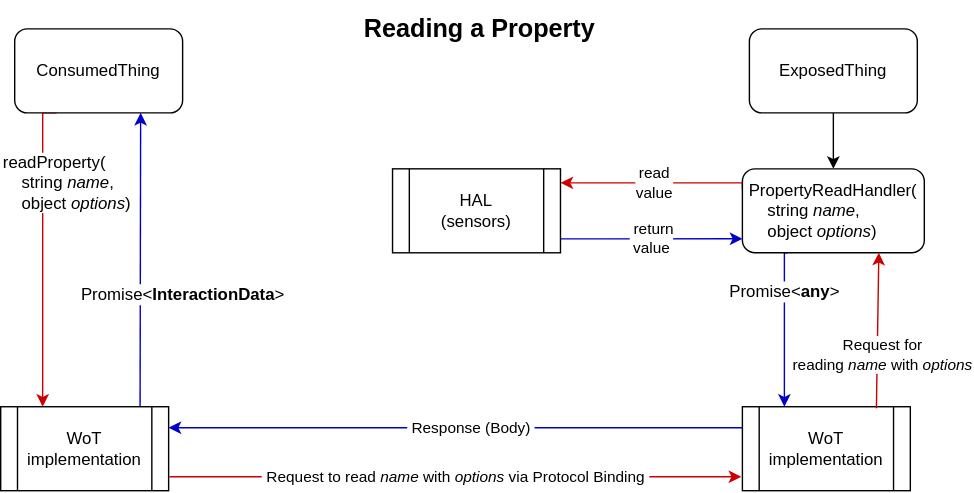
Before: images/scripting-read-data.svg, a diagram exported from draw.io (w3c/wot-scripting-api). Source tidied: cells renumbered, new cells last; positions are measured from the earlier drawing's top-left corner, leaving out a move shared by most shapes.
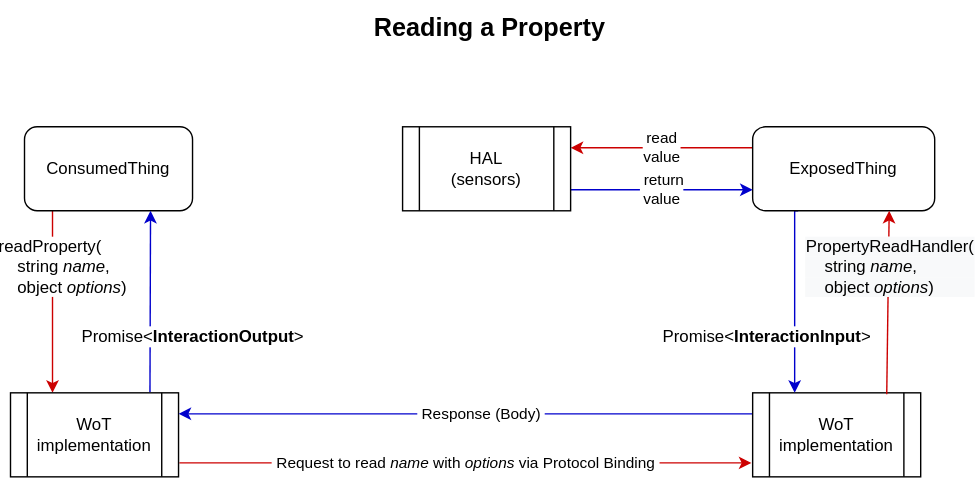
After the commit.

Commit message:
Introduce the InteractionInput type and InteractionOutput interface

What changed in the source:
```diff
@@ -2,15 +2,16 @@
   <root>
     <mxCell id="0" />
     <mxCell id="1" parent="0" />
-    <mxCell id="2" value="&lt;font style=&quot;font-size: 12px&quot;&gt;readProperty(&lt;br&gt;&amp;nbsp; &amp;nbsp; string &lt;i&gt;name&lt;/i&gt;,&lt;br&gt;&amp;nbsp; &amp;nbsp; object &lt;i&gt;options&lt;/i&gt;)&lt;/font&gt;" style="edgeStyle=orthogonalEdgeStyle;rounded=0;jettySize=auto;html=1;exitX=0.25;exitY=1;exitDx=0;exitDy=0;strokeColor=#CC0000;entryX=0.25;entryY=0;entryDx=0;entryDy=0;align=left;" parent="1" edge="1" source="3" target="5">
-      <mxGeometry x="-0.45" y="-30" relative="1" as="geometry">
+    <mxCell id="2" value="&lt;font style=&quot;font-size: 12px&quot;&gt;readProperty(&lt;br&gt;&amp;nbsp; &amp;nbsp; string &lt;i&gt;name&lt;/i&gt;,&lt;br&gt;&amp;nbsp; &amp;nbsp; object &lt;i&gt;options&lt;/i&gt;)&lt;/font&gt;" style="edgeStyle=orthogonalEdgeStyle;rounded=0;jettySize=auto;html=1;strokeColor=#CC0000;entryX=0.25;entryY=0;entryDx=0;entryDy=0;align=left;" parent="1" edge="1" target="5">
+      <mxGeometry x="-0.38" y="-40" relative="1" as="geometry">
+        <mxPoint x="30" y="160" as="sourcePoint" />
         <Array as="points">
-          <mxPoint x="30" y="80" />
+          <mxPoint x="30" y="160" />
         </Array>
       </mxGeometry>
     </mxCell>
     <mxCell id="3" value="ConsumedThing" style="rounded=1;whiteSpace=wrap;html=1;" parent="1" vertex="1">
-      <mxGeometry x="10" y="20" width="120" height="60" as="geometry" />
+      <mxGeometry x="10" y="100" width="120" height="60" as="geometry" />
     </mxCell>
     <mxCell id="4" value="&amp;nbsp;Request to read &lt;i&gt;name&lt;/i&gt; with &lt;i&gt;options&lt;/i&gt; via Protocol Binding&amp;nbsp;" style="edgeStyle=orthogonalEdgeStyle;rounded=0;jettySize=auto;html=1;exitX=1.005;exitY=0.834;exitDx=0;exitDy=0;entryX=-0.007;entryY=0.834;entryDx=0;entryDy=0;strokeColor=#CC0000;exitPerimeter=0;entryPerimeter=0;" parent="1" edge="1" source="5" target="9">
       <mxGeometry relative="1" as="geometry" />
@@ -18,12 +19,6 @@
     <mxCell id="5" value="WoT &lt;br&gt;implementation" style="shape=process;whiteSpace=wrap;html=1;backgroundOutline=1;" parent="1" vertex="1">
       <mxGeometry y="290" width="120" height="60" as="geometry" />
     </mxCell>
-    <mxCell id="6" style="edgeStyle=orthogonalEdgeStyle;rounded=0;jettySize=auto;html=1;exitX=0.5;exitY=1;exitDx=0;exitDy=0;entryX=0.5;entryY=0;entryDx=0;entryDy=0;" parent="1" edge="1" source="7" target="12">
-      <mxGeometry relative="1" as="geometry" />
-    </mxCell>
-    <mxCell id="7" value="ExposedThing" style="rounded=1;whiteSpace=wrap;html=1;" parent="1" vertex="1">
-      <mxGeometry x="535" y="20" width="120" height="60" as="geometry" />
-    </mxCell>
     <mxCell id="8" value="&amp;nbsp;Response (Body)&amp;nbsp;" style="edgeStyle=orthogonalEdgeStyle;rounded=0;jettySize=auto;html=1;strokeColor=#0000CC;entryX=1;entryY=0.25;entryDx=0;entryDy=0;" parent="1" edge="1" target="5">
       <mxGeometry x="-0.05" relative="1" as="geometry">
         <mxPoint x="530" y="305" as="sourcePoint" />
@@ -38,42 +33,41 @@
     <mxCell id="10" value="read&lt;br&gt;value" style="edgeStyle=orthogonalEdgeStyle;rounded=0;jettySize=auto;html=1;exitX=0;exitY=0.25;exitDx=0;exitDy=0;strokeColor=#CC0000;" parent="1" edge="1" source="12" target="14">
       <mxGeometry relative="1" as="geometry">
         <Array as="points">
-          <mxPoint x="530" y="130" />
+          <mxPoint x="440" y="115" />
+          <mxPoint x="440" y="115" />
         </Array>
       </mxGeometry>
     </mxCell>
-    <mxCell id="11" value="&lt;font style=&quot;font-size: 12px&quot;&gt;Promise&amp;lt;&lt;b&gt;any&lt;/b&gt;&amp;gt;&lt;/font&gt;" style="edgeStyle=orthogonalEdgeStyle;rounded=0;jettySize=auto;html=1;exitX=0.25;exitY=1;exitDx=0;exitDy=0;strokeColor=#0000CC;entryX=0.25;entryY=0;entryDx=0;entryDy=0;" parent="1" edge="1" source="12" target="9">
-      <mxGeometry x="-0.27" y="-10" relative="1" as="geometry">
+    <mxCell id="11" value="&lt;font style=&quot;font-size: 12px&quot;&gt;Promise&amp;lt;&lt;b&gt;InteractionInput&lt;/b&gt;&amp;gt;&lt;/font&gt;" style="edgeStyle=orthogonalEdgeStyle;rounded=0;jettySize=auto;html=1;exitX=0.25;exitY=1;exitDx=0;exitDy=0;strokeColor=#0000CC;entryX=0.25;entryY=0;entryDx=0;entryDy=0;" parent="1" edge="1" source="12" target="9">
+      <mxGeometry x="0.4" y="-20" relative="1" as="geometry">
         <Array as="points">
           <mxPoint x="560" y="220" />
           <mxPoint x="560" y="220" />
         </Array>
-        <mxPoint x="10" y="-10" as="offset" />
       </mxGeometry>
     </mxCell>
-    <mxCell id="12" value="&lt;div style=&quot;text-align: left&quot;&gt;&lt;span&gt;PropertyReadHandler(&lt;/span&gt;&lt;/div&gt;&lt;div style=&quot;text-align: left&quot;&gt;&lt;span&gt;&amp;nbsp; &amp;nbsp; string &lt;/span&gt;&lt;i&gt;name&lt;/i&gt;&lt;span&gt;,&lt;/span&gt;&lt;/div&gt;&lt;div style=&quot;text-align: left&quot;&gt;&lt;span&gt;&amp;nbsp; &amp;nbsp; object &lt;/span&gt;&lt;i&gt;options&lt;/i&gt;&lt;span&gt;)&lt;/span&gt;&lt;/div&gt;" style="rounded=1;whiteSpace=wrap;html=1;" parent="1" vertex="1">
-      <mxGeometry x="530" y="120" width="130" height="60" as="geometry" />
+    <mxCell id="12" value="&lt;div style=&quot;text-align: left&quot;&gt;ExposedThing&lt;/div&gt;" style="rounded=1;whiteSpace=wrap;html=1;" parent="1" vertex="1">
+      <mxGeometry x="530" y="100" width="130" height="60" as="geometry" />
     </mxCell>
-    <mxCell id="13" value="&amp;nbsp;return &lt;br&gt;value" style="edgeStyle=orthogonalEdgeStyle;rounded=0;jettySize=auto;html=1;strokeColor=#0000CC;" parent="1" edge="1" source="14">
+    <mxCell id="13" value="&amp;nbsp;return &lt;br&gt;value" style="edgeStyle=orthogonalEdgeStyle;rounded=0;jettySize=auto;html=1;strokeColor=#0000CC;entryX=0;entryY=0.75;entryDx=0;entryDy=0;exitX=1;exitY=0.75;exitDx=0;exitDy=0;" parent="1" edge="1" source="14" target="12">
       <mxGeometry relative="1" as="geometry">
-        <mxPoint x="530" y="170" as="targetPoint" />
         <Array as="points">
-          <mxPoint x="430" y="170" />
-          <mxPoint x="430" y="170" />
+          <mxPoint x="410" y="145" />
+          <mxPoint x="410" y="145" />
         </Array>
       </mxGeometry>
     </mxCell>
     <mxCell id="14" value="HAL&lt;br&gt;(sensors)" style="shape=process;whiteSpace=wrap;html=1;backgroundOutline=1;" parent="1" vertex="1">
-      <mxGeometry x="280" y="120" width="120" height="60" as="geometry" />
+      <mxGeometry x="280" y="100" width="120" height="60" as="geometry" />
     </mxCell>
-    <mxCell id="15" value="Request for&lt;br&gt;reading &lt;i&gt;name&lt;/i&gt; with &lt;i&gt;options&lt;/i&gt;" style="endArrow=classic;html=1;strokeColor=#CC0000;exitX=0.798;exitY=0.018;exitDx=0;exitDy=0;exitPerimeter=0;entryX=0.75;entryY=1;entryDx=0;entryDy=0;" parent="1" edge="1" source="9" target="12">
-      <mxGeometry x="-0.31" y="-4" relative="1" as="geometry" />
+    <mxCell id="15" value="&lt;div style=&quot;font-size: 12px ; background-color: rgb(248 , 249 , 250) ; text-align: left&quot;&gt;PropertyReadHandler(&lt;/div&gt;&lt;div style=&quot;font-size: 12px ; background-color: rgb(248 , 249 , 250) ; text-align: left&quot;&gt;&amp;nbsp; &amp;nbsp; string&amp;nbsp;&lt;i&gt;name&lt;/i&gt;,&lt;/div&gt;&lt;div style=&quot;text-align: left ; font-size: 12px ; background-color: rgb(248 , 249 , 250)&quot;&gt;&amp;nbsp; &amp;nbsp; object&amp;nbsp;&lt;i&gt;options&lt;/i&gt;)&lt;/div&gt;" style="endArrow=classic;html=1;strokeColor=#CC0000;exitX=0.798;exitY=0.018;exitDx=0;exitDy=0;exitPerimeter=0;entryX=0.75;entryY=1;entryDx=0;entryDy=0;" parent="1" edge="1" source="9" target="12">
+      <mxGeometry x="0.39" y="-1" relative="1" as="geometry" />
     </mxCell>
-    <mxCell id="16" value="&lt;font style=&quot;font-size: 12px&quot;&gt;&amp;nbsp;Promise&amp;lt;&lt;b&gt;&lt;font&gt;InteractionData&lt;/font&gt;&lt;/b&gt;&amp;gt;&amp;nbsp;&lt;/font&gt;" style="endArrow=classic;html=1;strokeColor=#0000CC;exitX=0.83;exitY=-0.01;exitDx=0;exitDy=0;exitPerimeter=0;entryX=0.75;entryY=1;entryDx=0;entryDy=0;" parent="1" edge="1" source="5" target="3">
-      <mxGeometry x="-0.24" y="-30" relative="1" as="geometry" />
+    <mxCell id="16" value="&lt;font style=&quot;font-size: 12px&quot;&gt;&amp;nbsp;Promise&amp;lt;&lt;b&gt;&lt;font&gt;InteractionOutput&lt;/font&gt;&lt;/b&gt;&amp;gt;&amp;nbsp;&lt;/font&gt;" style="endArrow=classic;html=1;strokeColor=#0000CC;exitX=0.83;exitY=-0.01;exitDx=0;exitDy=0;exitPerimeter=0;entryX=0.75;entryY=1;entryDx=0;entryDy=0;" parent="1" edge="1" source="5" target="3">
+      <mxGeometry x="-0.39" y="-30" relative="1" as="geometry" />
     </mxCell>
     <mxCell id="17" value="&lt;font style=&quot;font-size: 18px&quot;&gt;&lt;b&gt;&amp;nbsp;Reading a Property&lt;/b&gt;&lt;/font&gt;" style="text;html=1;strokeColor=none;fillColor=none;align=center;verticalAlign=middle;whiteSpace=wrap;rounded=0;" parent="1" vertex="1">
-      <mxGeometry x="250" width="180" height="40" as="geometry" />
+      <mxGeometry x="250" y="10" width="180" height="40" as="geometry" />
     </mxCell>
   </root>
 </mxGraphModel>
```
